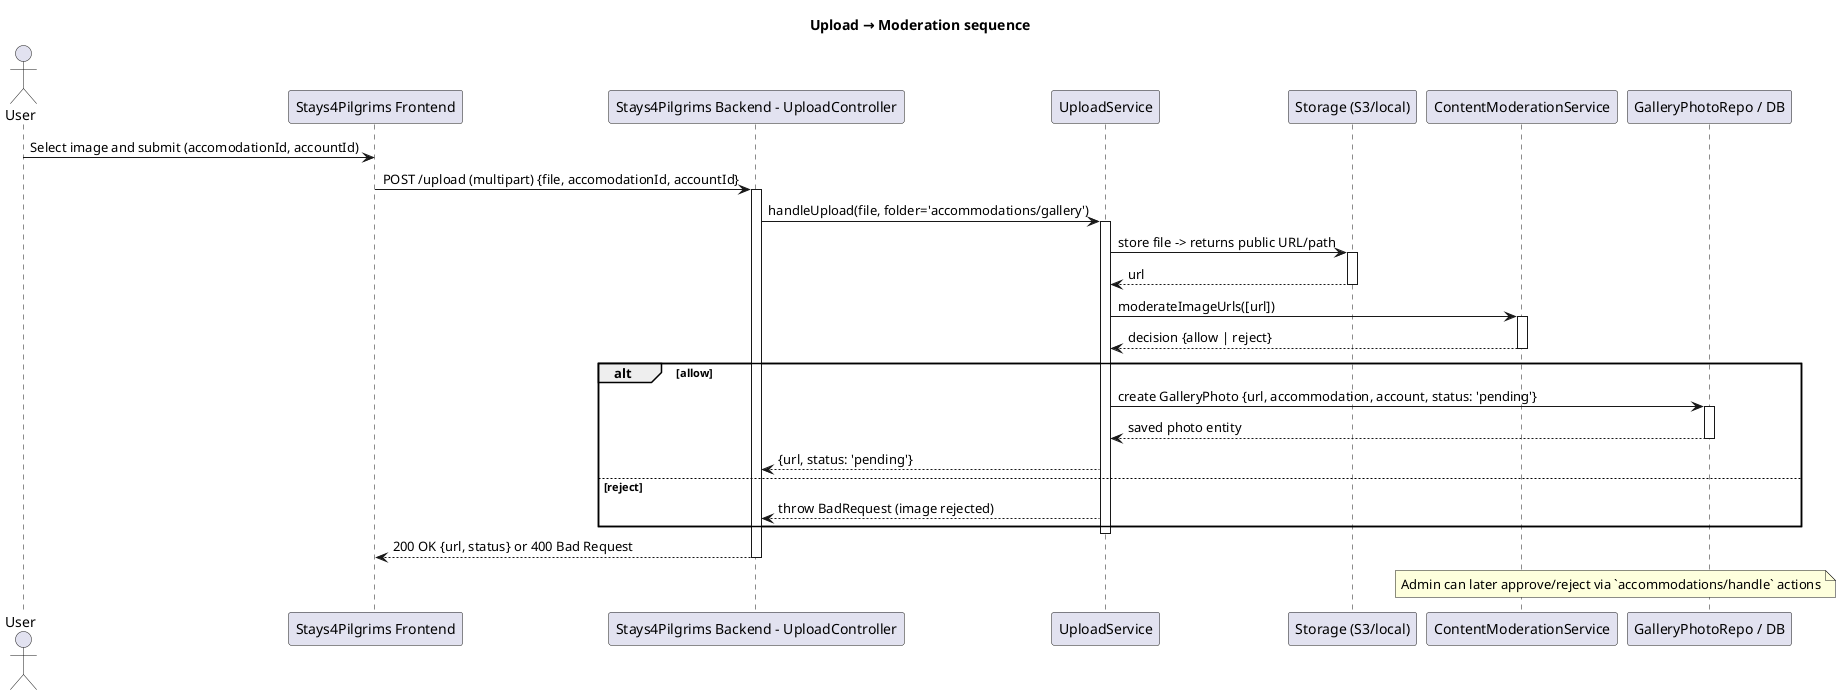
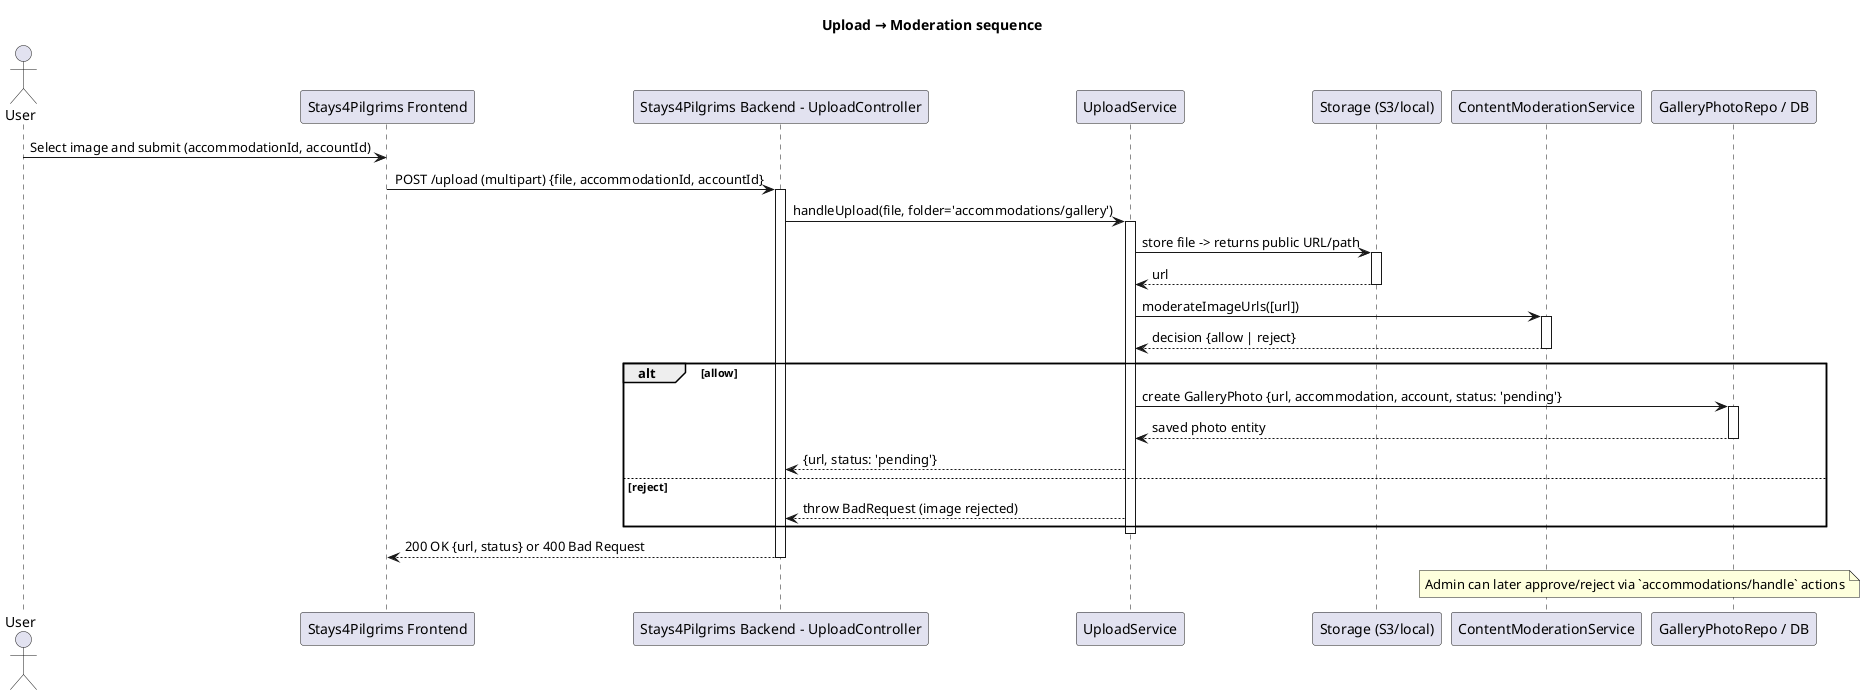
@startuml
title Upload → Moderation sequence
actor User
participant "Stays4Pilgrims Frontend" as FE
participant "Stays4Pilgrims Backend - UploadController" as API
participant "UploadService" as UP
participant "Storage (S3/local)" as STORAGE
participant "ContentModerationService" as MOD
participant "GalleryPhotoRepo / DB" as GDB

- User -> FE: Select image and submit (accomodationId, accountId)
- FE -> API: POST /upload (multipart) {file, accomodationId, accountId}
+ User -> FE: Select image and submit (accommodationId, accountId)
+ FE -> API: POST /upload (multipart) {file, accommodationId, accountId}
activate API
API -> UP: handleUpload(file, folder='accommodations/gallery')
activate UP
UP -> STORAGE: store file -> returns public URL/path
activate STORAGE
STORAGE --> UP: url
deactivate STORAGE
UP -> MOD: moderateImageUrls([url])
activate MOD
MOD --> UP: decision {allow | reject}
deactivate MOD
alt allow
  UP -> GDB: create GalleryPhoto {url, accommodation, account, status: 'pending'}
  activate GDB
  GDB --> UP: saved photo entity
  deactivate GDB
  UP --> API: {url, status: 'pending'}
else reject
  UP --> API: throw BadRequest (image rejected)
end
deactivate UP
API --> FE: 200 OK {url, status} or 400 Bad Request
deactivate API

note over GDB,MOD: Admin can later approve/reject via `accommodations/handle` actions

@enduml
